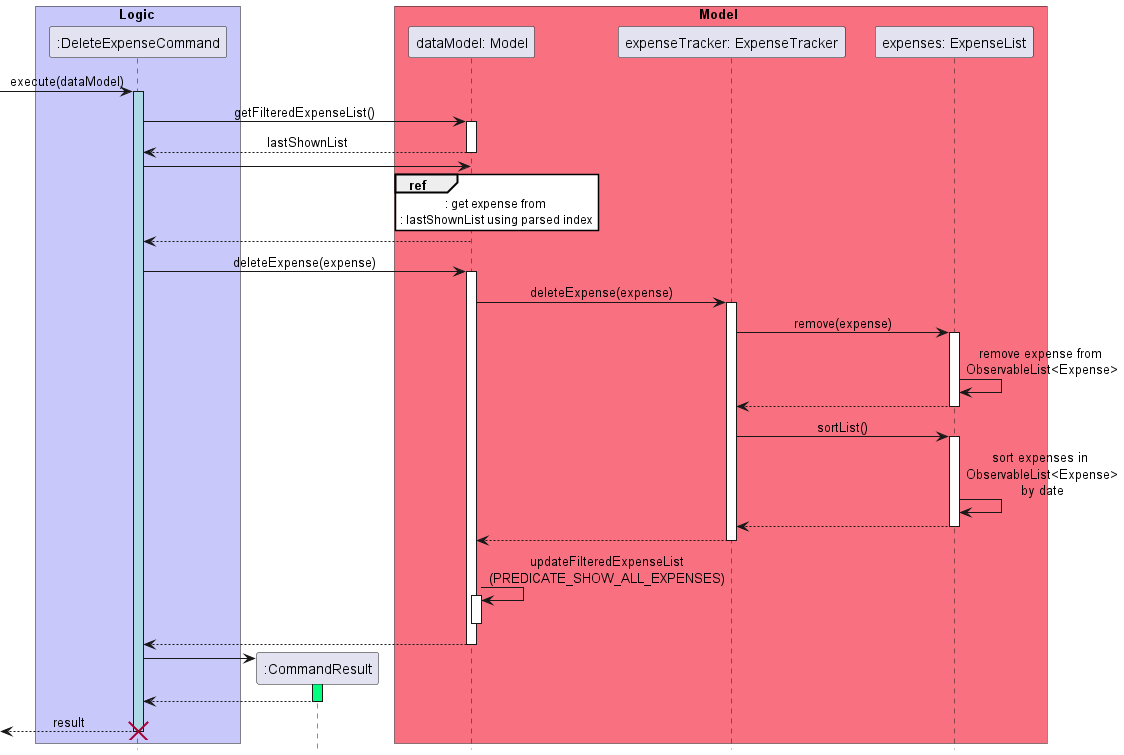
This is docs/images/sequence_diagrams/DeleteExpenseSequenceDiagram.png from nus-cs2103-AY2223S2/tp, a PlantUML export, as it was before one commit.
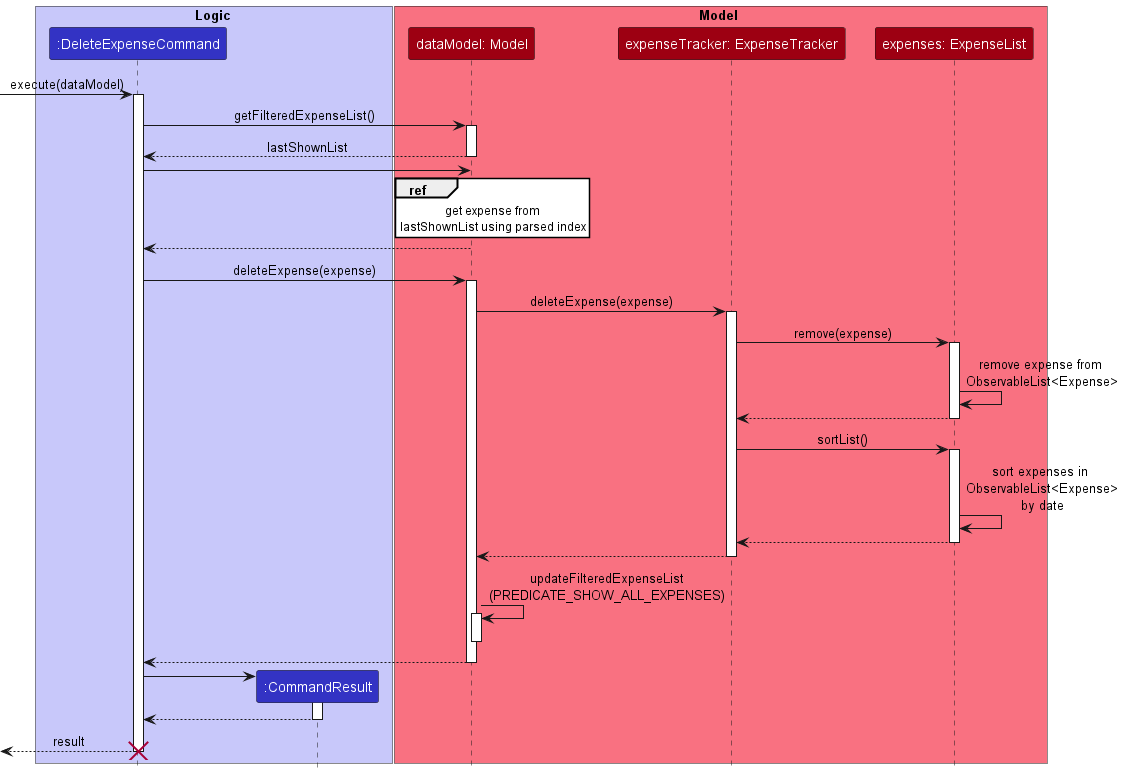
The same diagram one commit later.

What changed in the source:
```diff
@@ -1,4 +1,5 @@
 @startuml  DeleteExpenseSequenceDiagram
+!include ../../style.puml
 
 hide footbox
 skinparam MinClassWidth 50
@@ -7,26 +8,19 @@
 skinparam DefaultTextAlignment center
 skinparam packageStyle Rectangle
 
-skinparam Sequence {
-    MessageAlign center
-    BoxFontSize 15
-    BoxPadding 0
-    BoxFontColor #FFFFFF
-    ReferenceBackgroundColor #FFFFFF
-}
-
-box Model #F97181
-participant "dataModel: Model" as Model order 3
-participant "expenseTracker: ExpenseTracker" as ExpenseTracker order 4
-participant "expenses: ExpenseList" as ExpenseList order 5
+box Model MODEL_COLOR_T1
+participant "dataModel: Model" as Model order 3 MODEL_COLOR
+participant "expenseTracker: ExpenseTracker" as ExpenseTracker order 4 MODEL_COLOR
+participant "expenses: ExpenseList" as ExpenseList order 5 MODEL_COLOR
 end box
 
-box Logic #C8C8FA
-participant ":DeleteExpenseCommand" as Command  order 1
+box Logic LOGIC_COLOR_T1
+participant ":DeleteExpenseCommand" as Command LOGIC_COLOR
+participant ":CommandResult" as CommandResult LOGIC_COLOR
 end box
 
 [->Command: execute(dataModel)
-activate Command #LightBlue
+activate Command
 Command -> Model: getFilteredExpenseList()
 activate Model
 Model --> Command: lastShownList
@@ -34,8 +28,8 @@
 
 Command -> Model
 ref over Model
-    : get expense from
-    : lastShownList using parsed index
+    get expense from
+    lastShownList using parsed index
 end ref
 Model --> Command
 
@@ -60,9 +54,9 @@
 deactivate Model
 Model --> Command
 deactivate Model
-create ":CommandResult" as CommandResult order 1
+create CommandResult
 Command -> CommandResult
-activate CommandResult #SpringGreen
+activate CommandResult
 CommandResult --> Command
 deactivate CommandResult
 [<-- Command: result
```
